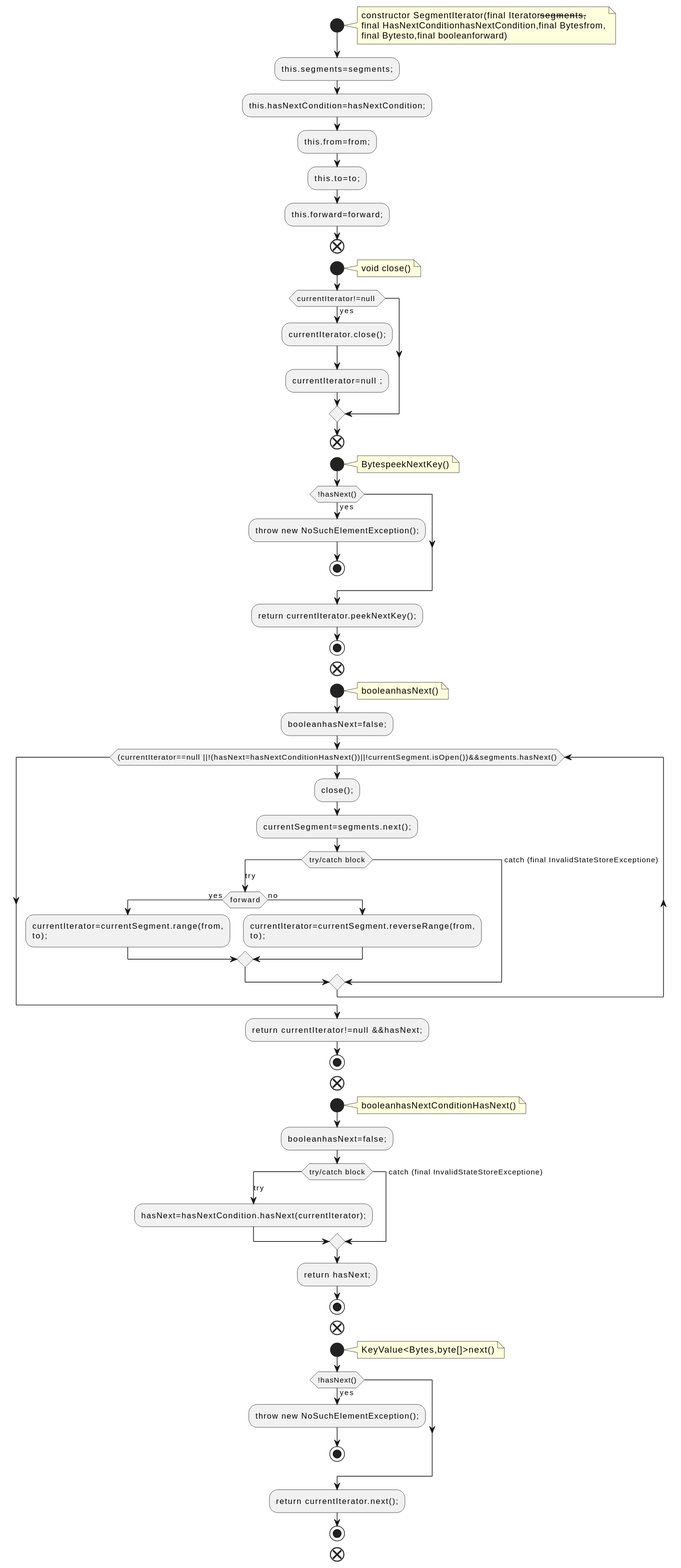
This is docs/qc/streams/src/main/java/org/apache/kafka/streams/state/internals/SegmentIterator.java.fct.svg from qualitesys/kafka, a PlantUML export, as it was before one commit.
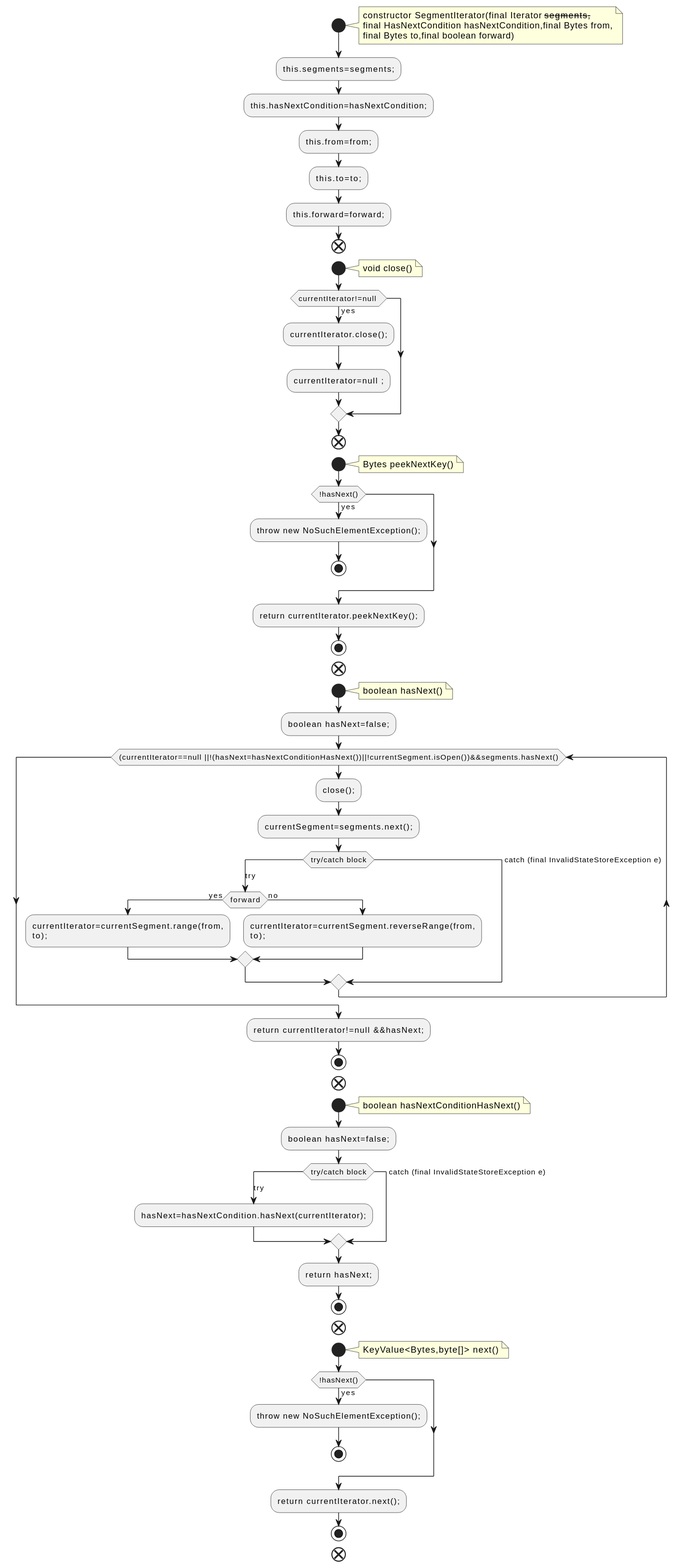
Later version of the same file.

Change to the diagram source:
```diff
@@ -2,9 +2,9 @@
 !pragma layout smetana
 start
 note right
-constructor SegmentIterator(final Iterator<S>segments,
-final HasNextConditionhasNextCondition,final Bytesfrom,
-final Bytesto,final booleanforward)
+constructor SegmentIterator(final Iterator<S> segments,
+final HasNextCondition hasNextCondition,final Bytes from,
+final Bytes to,final boolean forward)
 end note
 :this.segments=segments;;
 :this.hasNextCondition=hasNextCondition;;
@@ -23,7 +23,7 @@
 end
 start
 note right
-BytespeekNextKey()
+Bytes peekNextKey()
 end note
 if (!hasNext()) then (yes)
 :throw new NoSuchElementException();;
@@ -34,9 +34,9 @@
 end
 start
 note right
-booleanhasNext()
+boolean hasNext()
 end note
-:booleanhasNext=false;;
+:boolean hasNext=false;;
 while ((currentIterator==null ||!(hasNext=hasNextConditionHasNext())||!currentSegment.isOpen())&&segments.hasNext())
 :close();;
 :currentSegment=segments.next();;
@@ -49,7 +49,7 @@
 :currentIterator=currentSegment.reverseRange(from,
 to);;
 endif
-case (catch (final InvalidStateStoreExceptione))
+case (catch (final InvalidStateStoreException e))
 endswitch
 endwhile
 :return currentIterator!=null &&hasNext;;
@@ -57,20 +57,20 @@
 end
 start
 note right
-booleanhasNextConditionHasNext()
+boolean hasNextConditionHasNext()
 end note
-:booleanhasNext=false;;
+:boolean hasNext=false;;
 switch (try/catch block)
 case (try)
 :hasNext=hasNextCondition.hasNext(currentIterator);;
-case (catch (final InvalidStateStoreExceptione))
+case (catch (final InvalidStateStoreException e))
 endswitch
 :return hasNext;;
 stop
 end
 start
 note right
-KeyValue<Bytes,byte[]>next()
+KeyValue<Bytes,byte[]> next()
 end note
 if (!hasNext()) then (yes)
 :throw new NoSuchElementException();;
```
